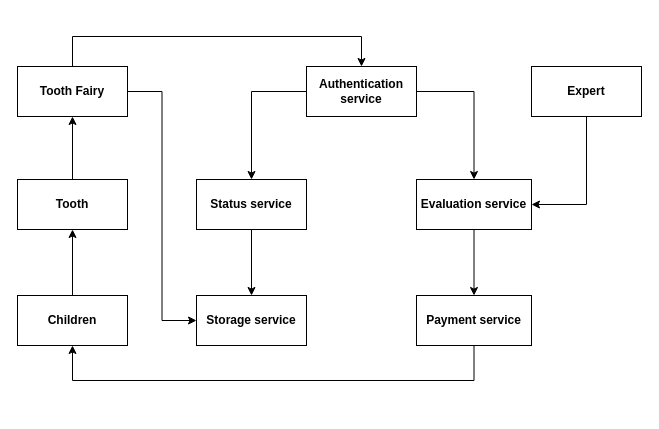
Earlier version of the draw.io diagram .drawio (CBeredIOk/drawio). Source tidied: cells renumbered, new cells numbered last; positions are measured from the earlier drawing's top-left corner, leaving out a move shared by most shapes. Both pictures are drawn from the tidied source at 100%, with x=0, y=0 at pixel (17, 36).
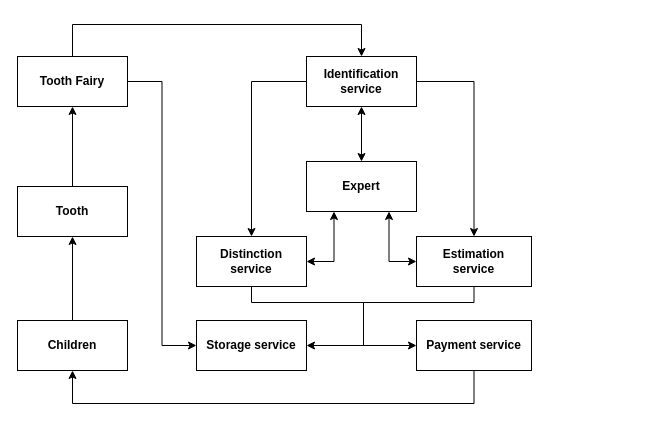
After the change.

The edit, as a diff of the source:
```diff
@@
     <mxCell id="2" style="edgeStyle=orthogonalEdgeStyle;rounded=0;jettySize=auto;html=1;exitX=0.5;exitY=0;exitDx=0;exitDy=0;entryX=0.5;entryY=0;entryDx=0;entryDy=0;" parent="1" edge="1" source="4" target="11">
       <mxGeometry relative="1" as="geometry">
         <Array as="points">
-          <mxPoint x="55" />
-          <mxPoint x="344" />
+          <mxPoint x="55" y="-12" />
+          <mxPoint x="344" y="-12" />
         </Array>
       </mxGeometry>
     </mxCell>
@@
     <mxCell id="4" value="&lt;b&gt;Tooth Fairy&lt;/b&gt;" style="html=1;whiteSpace=wrap;" parent="1" vertex="1">
-      <mxGeometry y="30" width="110" height="50" as="geometry" />
+      <mxGeometry y="20" width="110" height="50" as="geometry" />
     </mxCell>
@@
     <mxCell id="6" value="&lt;b&gt;Children&lt;/b&gt;" style="html=1;whiteSpace=wrap;" parent="1" vertex="1">
-      <mxGeometry y="259" width="110" height="50" as="geometry" />
+      <mxGeometry y="284" width="110" height="50" as="geometry" />
     </mxCell>
@@
     <mxCell id="8" value="&lt;b&gt;Tooth&lt;/b&gt;" style="html=1;whiteSpace=wrap;" parent="1" vertex="1">
-      <mxGeometry y="143" width="110" height="50" as="geometry" />
+      <mxGeometry y="150" width="110" height="50" as="geometry" />
     </mxCell>
@@
-    <mxCell id="11" value="&lt;b&gt;Authentication service&lt;/b&gt;" style="html=1;whiteSpace=wrap;" parent="1" vertex="1">
-      <mxGeometry x="289" y="30" width="110" height="50" as="geometry" />
+    <mxCell id="11" value="&lt;b&gt;Identification&lt;/b&gt;&lt;div&gt;&lt;b&gt;service&lt;/b&gt;&lt;/div&gt;" style="html=1;whiteSpace=wrap;" parent="1" vertex="1">
+      <mxGeometry x="289" y="20" width="110" height="50" as="geometry" />
     </mxCell>
     <mxCell id="12" style="edgeStyle=orthogonalEdgeStyle;rounded=0;jettySize=auto;html=1;exitX=0.5;exitY=1;exitDx=0;exitDy=0;entryX=0.5;entryY=1;entryDx=0;entryDy=0;" parent="1" edge="1" source="13" target="6">
       <mxGeometry relative="1" as="geometry">
         <Array as="points">
-          <mxPoint x="457" y="344" />
-          <mxPoint x="55" y="344" />
+          <mxPoint x="457" y="367" />
+          <mxPoint x="55" y="367" />
         </Array>
       </mxGeometry>
     </mxCell>
     <mxCell id="13" value="&lt;b&gt;Payment service&lt;/b&gt;" style="html=1;whiteSpace=wrap;" parent="1" vertex="1">
-      <mxGeometry x="399" y="259" width="115" height="50" as="geometry" />
+      <mxGeometry x="399" y="284" width="115" height="50" as="geometry" />
     </mxCell>
-    <mxCell id="14" style="edgeStyle=orthogonalEdgeStyle;rounded=0;jettySize=auto;html=1;exitX=0.5;exitY=1;exitDx=0;exitDy=0;entryX=0.5;entryY=0;entryDx=0;entryDy=0;" parent="1" edge="1" source="15" target="13">
-      <mxGeometry relative="1" as="geometry" />
-    </mxCell>
+    <mxCell id="21" style="edgeStyle=orthogonalEdgeStyle;rounded=0;jettySize=auto;html=1;exitX=0.5;exitY=1;exitDx=0;exitDy=0;entryX=1;entryY=0.5;entryDx=0;entryDy=0;" parent="1" edge="1" source="15" target="18">
+      <mxGeometry relative="1" as="geometry">
+        <Array as="points">
+          <mxPoint x="457" y="266" />
+          <mxPoint x="346" y="266" />
+          <mxPoint x="346" y="309" />
+        </Array>
+      </mxGeometry>
+    </mxCell>
-    <mxCell id="15" value="&lt;b&gt;Evaluation service&lt;/b&gt;" style="html=1;whiteSpace=wrap;" parent="1" vertex="1">
-      <mxGeometry x="399" y="143" width="115" height="50" as="geometry" />
+    <mxCell id="15" value="&lt;b&gt;Estimation&lt;/b&gt;&lt;div&gt;&lt;b&gt;service&lt;/b&gt;&lt;/div&gt;" style="html=1;whiteSpace=wrap;" parent="1" vertex="1">
+      <mxGeometry x="399" y="200" width="115" height="50" as="geometry" />
     </mxCell>
-    <mxCell id="16" style="edgeStyle=orthogonalEdgeStyle;rounded=0;jettySize=auto;html=1;exitX=0.5;exitY=1;exitDx=0;exitDy=0;entryX=0.5;entryY=0;entryDx=0;entryDy=0;" parent="1" edge="1" source="17" target="18">
-      <mxGeometry relative="1" as="geometry" />
-    </mxCell>
+    <mxCell id="22" style="edgeStyle=orthogonalEdgeStyle;rounded=0;jettySize=auto;html=1;exitX=0.5;exitY=1;exitDx=0;exitDy=0;entryX=0;entryY=0.5;entryDx=0;entryDy=0;" parent="1" edge="1" source="17" target="13">
+      <mxGeometry relative="1" as="geometry">
+        <Array as="points">
+          <mxPoint x="234" y="266" />
+          <mxPoint x="346" y="266" />
+          <mxPoint x="346" y="309" />
+        </Array>
+      </mxGeometry>
+    </mxCell>
-    <mxCell id="17" value="&lt;b&gt;Status service&lt;/b&gt;" style="html=1;whiteSpace=wrap;" parent="1" vertex="1">
-      <mxGeometry x="179" y="143" width="110" height="50" as="geometry" />
+    <mxCell id="17" value="&lt;b&gt;Distinction&lt;/b&gt;&lt;div&gt;&lt;b&gt;service&lt;/b&gt;&lt;/div&gt;" style="html=1;whiteSpace=wrap;" parent="1" vertex="1">
+      <mxGeometry x="179" y="200" width="110" height="50" as="geometry" />
     </mxCell>
     <mxCell id="18" value="&lt;b&gt;Storage service&lt;/b&gt;" style="html=1;whiteSpace=wrap;" parent="1" vertex="1">
-      <mxGeometry x="179" y="259" width="110" height="50" as="geometry" />
+      <mxGeometry x="179" y="284" width="110" height="50" as="geometry" />
     </mxCell>
+    <mxCell id="23" style="edgeStyle=orthogonalEdgeStyle;rounded=0;jettySize=auto;html=1;exitX=0.5;exitY=0;exitDx=0;exitDy=0;entryX=0.5;entryY=1;entryDx=0;entryDy=0;startArrow=classic;startFill=1;" parent="1" edge="1" source="20" target="11">
+      <mxGeometry relative="1" as="geometry" />
+    </mxCell>
-    <mxCell id="19" style="edgeStyle=orthogonalEdgeStyle;rounded=0;jettySize=auto;html=1;exitX=0.5;exitY=1;exitDx=0;exitDy=0;entryX=1;entryY=0.5;entryDx=0;entryDy=0;" parent="1" edge="1" source="20" target="15">
+    <mxCell id="19" style="edgeStyle=orthogonalEdgeStyle;rounded=0;jettySize=auto;html=1;exitX=0.75;exitY=1;exitDx=0;exitDy=0;entryX=0;entryY=0.5;entryDx=0;entryDy=0;startArrow=classic;startFill=1;" parent="1" edge="1" source="20" target="15">
       <mxGeometry relative="1" as="geometry" />
     </mxCell>
+    <mxCell id="24" style="edgeStyle=orthogonalEdgeStyle;rounded=0;jettySize=auto;html=1;exitX=0.25;exitY=1;exitDx=0;exitDy=0;entryX=1;entryY=0.5;entryDx=0;entryDy=0;startArrow=classic;startFill=1;" parent="1" edge="1" source="20" target="17">
+      <mxGeometry relative="1" as="geometry" />
+    </mxCell>
     <mxCell id="20" value="&lt;b&gt;Expert&lt;/b&gt;" style="html=1;whiteSpace=wrap;" parent="1" vertex="1">
-      <mxGeometry x="514" y="30" width="110" height="50" as="geometry" />
+      <mxGeometry x="289" y="125" width="110" height="50" as="geometry" />
     </mxCell>
```
